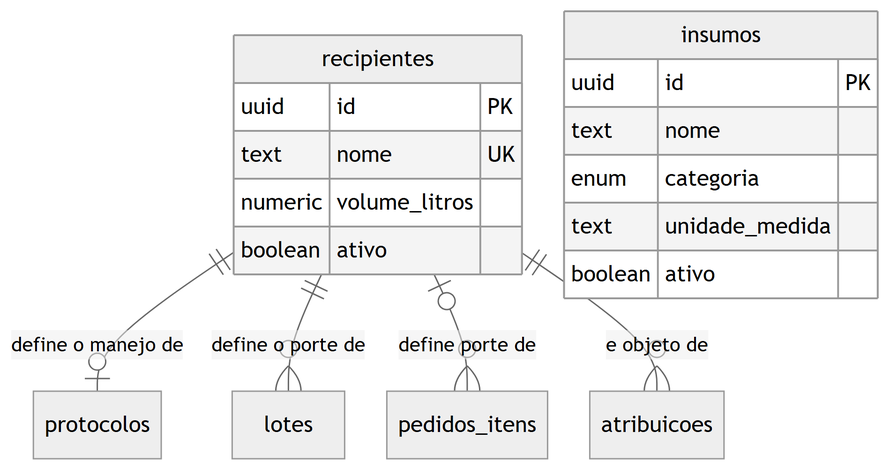
Before: docs/engenharia/modelo-dados-pt/img/fig10-cadastros-insumo-recipiente.png, a diagram exported from Mermaid (JoaoMudar/tcc). Its source is kept beside it as docs/engenharia/modelo-dados-pt/mmd/fig10-cadastros-insumo-recipiente.mmd.
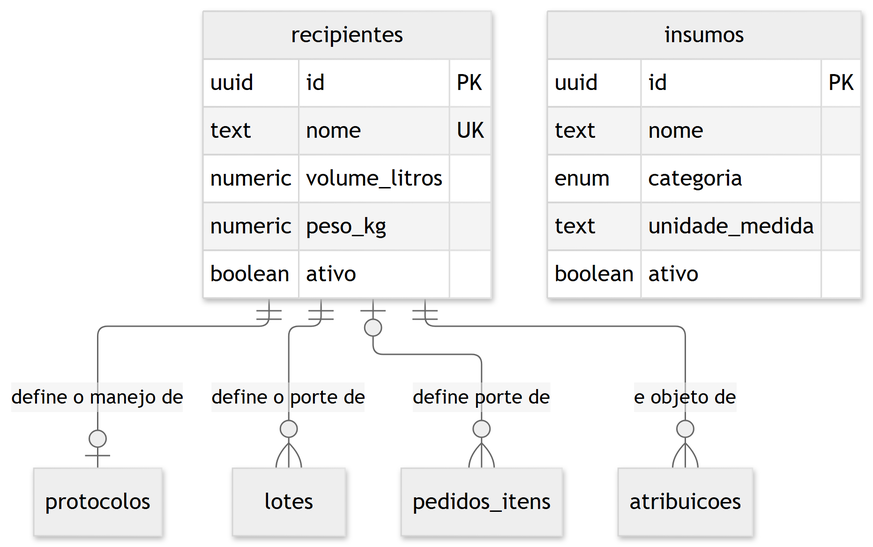
The same diagram one commit later.

Change to the diagram source:
```diff
@@ -3,6 +3,7 @@
     uuid    id PK
     text    nome UK
     numeric volume_litros
+    numeric peso_kg
     boolean ativo
   }
   insumos {
```
